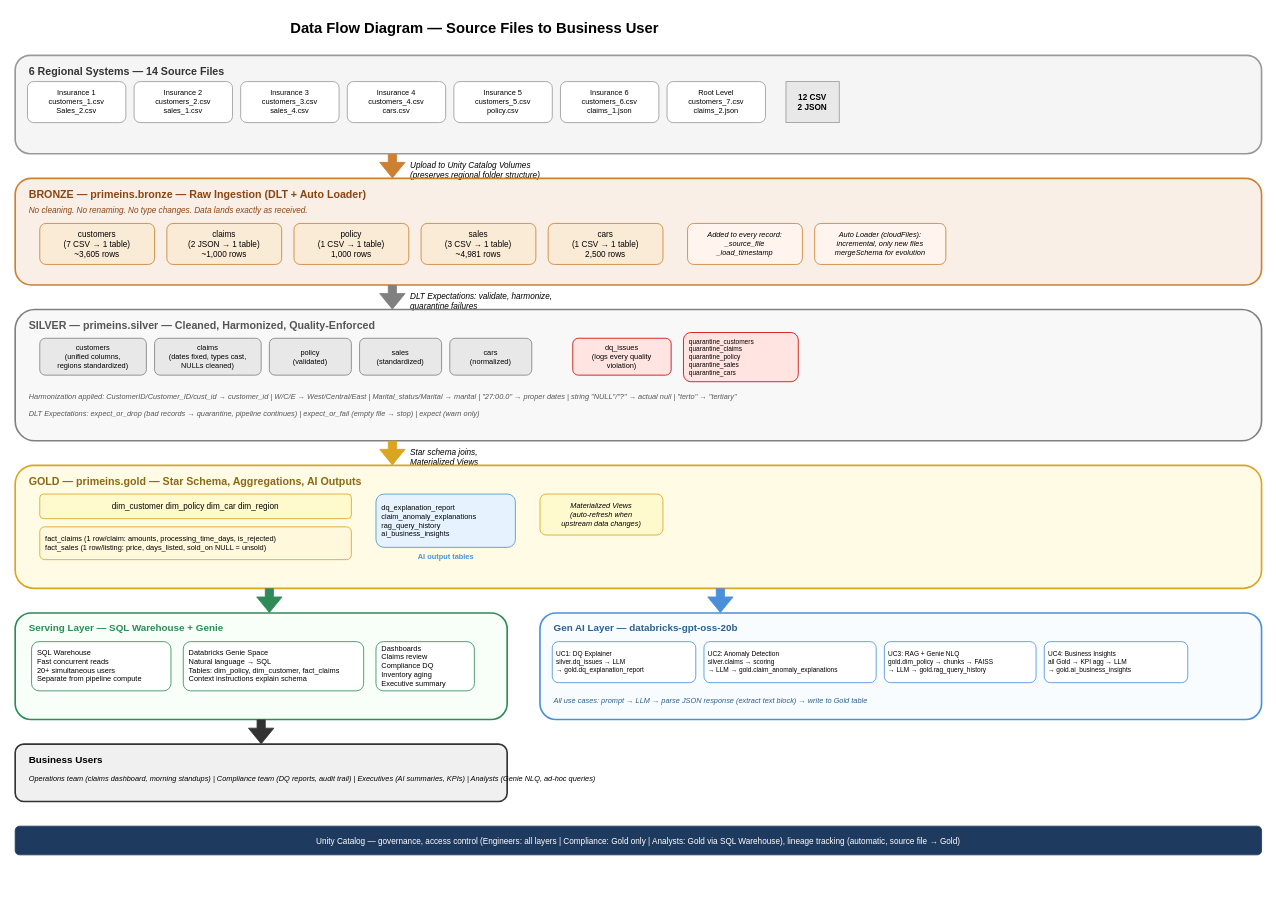
Earlier version of the draw.io diagram page "1. Data Flow Diagram" (1 of 4) of docs/architecture-complete.drawio (neerajkumar-jft/primeinsurance-poc). Source tidied: cells renumbered, new cells numbered last; positions are measured from the earlier drawing's top-left corner, leaving out a move shared by most shapes. Both pictures are drawn from the tidied source at 82%, with x=0, y=0 at pixel (15, 14).
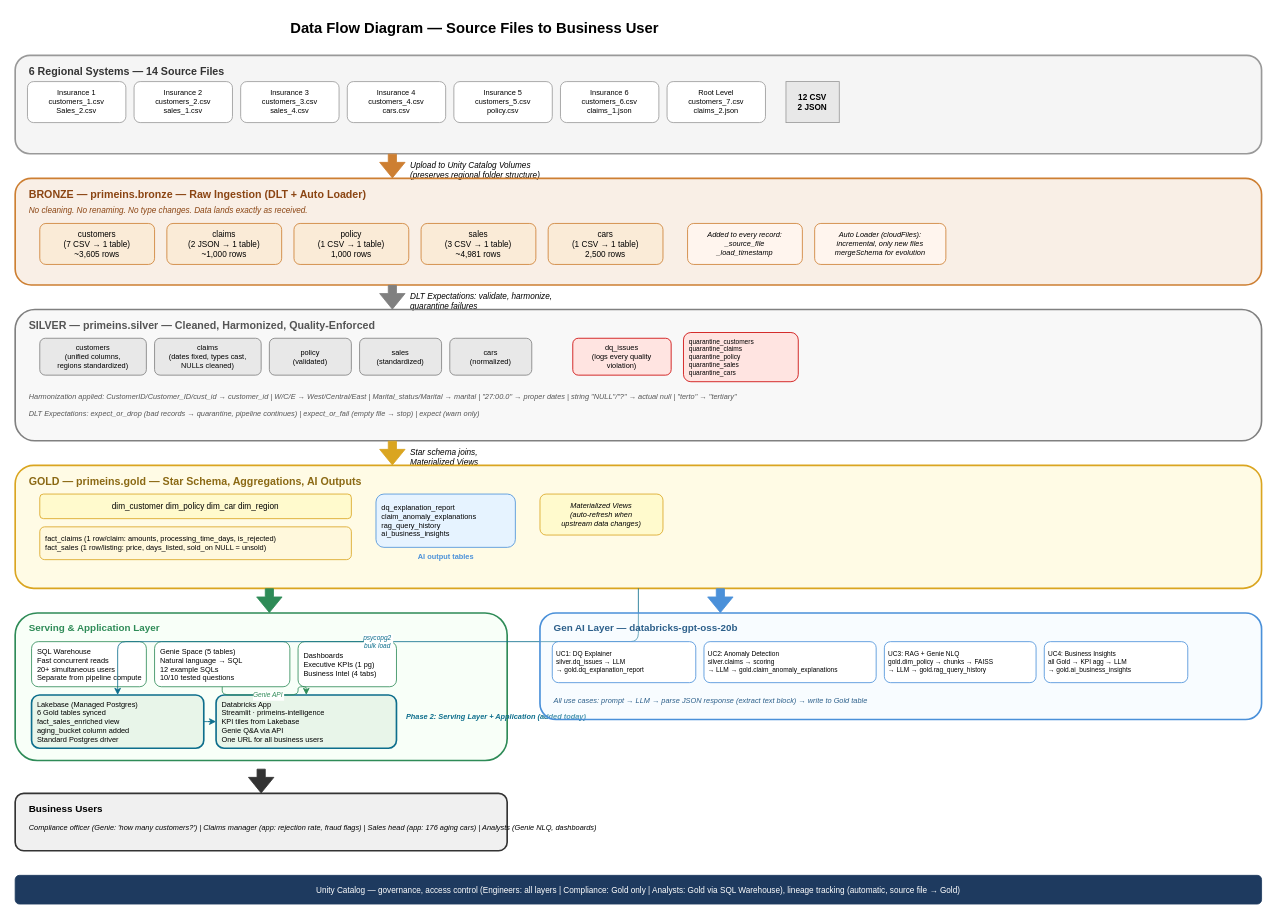
The same diagram, later.

Commit message:
Add Lakebase + Databricks App to architecture diagram

The change refers to these unchanged cells:
```xml
<mxCell id="40" style="rounded=1;whiteSpace=wrap;fillColor=#FFD700;fillOpacity=10;strokeColor=#DAA520;strokeWidth=2;" parent="1" vertex="1">
  <mxGeometry y="550" width="1520" height="150" as="geometry" />
</mxCell>
```

What changed in the source:
```diff
@@
     <mxCell id="49" style="rounded=1;whiteSpace=wrap;fillColor=#E8FFE8;fillOpacity=30;strokeColor=#2E8B57;strokeWidth=2;" parent="1" vertex="1">
-      <mxGeometry y="730" width="600" height="130" as="geometry" />
+      <mxGeometry y="730" width="600" height="180" as="geometry" />
     </mxCell>
-    <mxCell id="50" value="Serving Layer — SQL Warehouse + Genie" style="text;html=1;fontSize=12;fontStyle=1;align=left;fontColor=#2E8B57;" parent="1" vertex="1">
+    <mxCell id="50" value="Serving &amp; Application Layer" style="text;html=1;fontSize=12;fontStyle=1;align=left;fontColor=#2E8B57;" parent="1" vertex="1">
       <mxGeometry x="15" y="735" width="400" height="22" as="geometry" />
     </mxCell>
     <mxCell id="51" value="SQL Warehouse&#10;Fast concurrent reads&#10;20+ simultaneous users&#10;Separate from pipeline compute" style="rounded=1;whiteSpace=wrap;html=1;fontSize=9;fillColor=#FFFFFF;strokeColor=#2E8B57;align=left;spacingLeft=5;" parent="1" vertex="1">
-      <mxGeometry x="20" y="765" width="170" height="60" as="geometry" />
+      <mxGeometry x="20" y="765" width="140" height="55" as="geometry" />
     </mxCell>
-    <mxCell id="52" value="Databricks Genie Space&#10;Natural language → SQL&#10;Tables: dim_policy, dim_customer, fact_claims&#10;Context instructions explain schema" style="rounded=1;whiteSpace=wrap;html=1;fontSize=9;fillColor=#FFFFFF;strokeColor=#2E8B57;align=left;spacingLeft=5;" parent="1" vertex="1">
-      <mxGeometry x="205" y="765" width="220" height="60" as="geometry" />
+    <mxCell id="52" value="Genie Space (5 tables)&#10;Natural language → SQL&#10;12 example SQLs&#10;10/10 tested questions" style="rounded=1;whiteSpace=wrap;html=1;fontSize=9;fillColor=#FFFFFF;strokeColor=#2E8B57;align=left;spacingLeft=5;" parent="1" vertex="1">
+      <mxGeometry x="170" y="765" width="165" height="55" as="geometry" />
     </mxCell>
-    <mxCell id="53" value="Dashboards&#10;Claims review&#10;Compliance DQ&#10;Inventory aging&#10;Executive summary" style="rounded=1;whiteSpace=wrap;html=1;fontSize=9;fillColor=#FFFFFF;strokeColor=#2E8B57;align=left;spacingLeft=5;" parent="1" vertex="1">
-      <mxGeometry x="440" y="765" width="120" height="60" as="geometry" />
+    <mxCell id="53" value="Dashboards&#10;Executive KPIs (1 pg)&#10;Business Intel (4 tabs)" style="rounded=1;whiteSpace=wrap;html=1;fontSize=9;fillColor=#FFFFFF;strokeColor=#2E8B57;align=left;spacingLeft=5;" parent="1" vertex="1">
+      <mxGeometry x="345" y="765" width="120" height="55" as="geometry" />
     </mxCell>
+    <mxCell id="66" value="Lakebase (Managed Postgres)&#10;6 Gold tables synced&#10;fact_sales_enriched view&#10;aging_bucket column added&#10;Standard Postgres driver" style="rounded=1;whiteSpace=wrap;html=1;fontSize=9;fillColor=#E8F5E9;strokeColor=#0D6E8C;strokeWidth=2;align=left;spacingLeft=5;" parent="1" vertex="1">
+      <mxGeometry x="20" y="830" width="210" height="65" as="geometry" />
+    </mxCell>
+    <mxCell id="67" value="Databricks App&#10;Streamlit · primeins-intelligence&#10;KPI tiles from Lakebase&#10;Genie Q&amp;A via API&#10;One URL for all business users" style="rounded=1;whiteSpace=wrap;html=1;fontSize=9;fillColor=#E8F5E9;strokeColor=#0D6E8C;strokeWidth=2;align=left;spacingLeft=5;" parent="1" vertex="1">
+      <mxGeometry x="245" y="830" width="220" height="65" as="geometry" />
+    </mxCell>
+    <mxCell id="68" value="Phase 2: Serving Layer + Application (added today)" style="text;html=1;fontSize=9;fontStyle=3;align=left;fontColor=#0D6E8C;" parent="1" vertex="1">
+      <mxGeometry x="475" y="845" width="300" height="18" as="geometry" />
+    </mxCell>
+    <mxCell id="69" value="psycopg2&#10;bulk load" style="edgeStyle=orthogonalEdgeStyle;rounded=1;strokeWidth=1;strokeColor=#0D6E8C;fontStyle=2;fontSize=8;fontColor=#0D6E8C;" parent="1" edge="1" source="40" target="66">
+      <mxGeometry relative="1" as="geometry" />
+    </mxCell>
+    <mxCell id="70" style="edgeStyle=orthogonalEdgeStyle;rounded=1;strokeWidth=1;strokeColor=#0D6E8C;" parent="1" edge="1" source="66" target="67">
+      <mxGeometry relative="1" as="geometry" />
+    </mxCell>
+    <mxCell id="71" value="Genie API" style="edgeStyle=orthogonalEdgeStyle;rounded=1;strokeWidth=1;strokeColor=#2E8B57;fontStyle=2;fontSize=8;fontColor=#2E8B57;" parent="1" edge="1" source="52" target="67">
+      <mxGeometry relative="1" as="geometry" />
+    </mxCell>
@@
     <mxCell id="61" style="shape=flexArrow;endArrow=classic;startArrow=none;strokeWidth=1;fillColor=#333333;strokeColor=#333333;" parent="1" edge="1">
       <mxGeometry relative="1" as="geometry">
-        <mxPoint x="300" y="860" as="sourcePoint" />
-        <mxPoint x="300" y="890" as="targetPoint" />
+        <mxPoint x="300" y="920" as="sourcePoint" />
+        <mxPoint x="300" y="950" as="targetPoint" />
       </mxGeometry>
     </mxCell>
     <mxCell id="62" style="rounded=1;whiteSpace=wrap;fillColor=#F0F0F0;strokeColor=#333333;strokeWidth=2;" parent="1" vertex="1">
-      <mxGeometry y="890" width="600" height="70" as="geometry" />
+      <mxGeometry y="950" width="600" height="70" as="geometry" />
     </mxCell>
     <mxCell id="63" value="Business Users" style="text;html=1;fontSize=12;fontStyle=1;align=left;" parent="1" vertex="1">
-      <mxGeometry x="15" y="895" width="150" height="22" as="geometry" />
+      <mxGeometry x="15" y="955" width="150" height="22" as="geometry" />
     </mxCell>
-    <mxCell id="64" value="Operations team (claims dashboard, morning standups)  |  Compliance team (DQ reports, audit trail)  |  Executives (AI summaries, KPIs)  |  Analysts (Genie NLQ, ad-hoc queries)" style="text;html=1;fontSize=9;align=left;fontStyle=2;" parent="1" vertex="1">
-      <mxGeometry x="15" y="920" width="570" height="30" as="geometry" />
+    <mxCell id="64" value="Compliance officer (Genie: 'how many customers?')  |  Claims manager (app: rejection rate, fraud flags)  |  Sales head (app: 176 aging cars)  |  Analysts (Genie NLQ, dashboards)" style="text;html=1;fontSize=9;align=left;fontStyle=2;" parent="1" vertex="1">
+      <mxGeometry x="15" y="980" width="570" height="30" as="geometry" />
     </mxCell>
     <mxCell id="65" value="Unity Catalog — governance, access control (Engineers: all layers | Compliance: Gold only | Analysts: Gold via SQL Warehouse), lineage tracking (automatic, source file → Gold)" style="rounded=1;whiteSpace=wrap;html=1;fontSize=10;fillColor=#1E3A5F;fontColor=#FFFFFF;strokeColor=#1E3A5F;" parent="1" vertex="1">
-      <mxGeometry y="990" width="1520" height="35" as="geometry" />
+      <mxGeometry y="1050" width="1520" height="35" as="geometry" />
     </mxCell>
```
